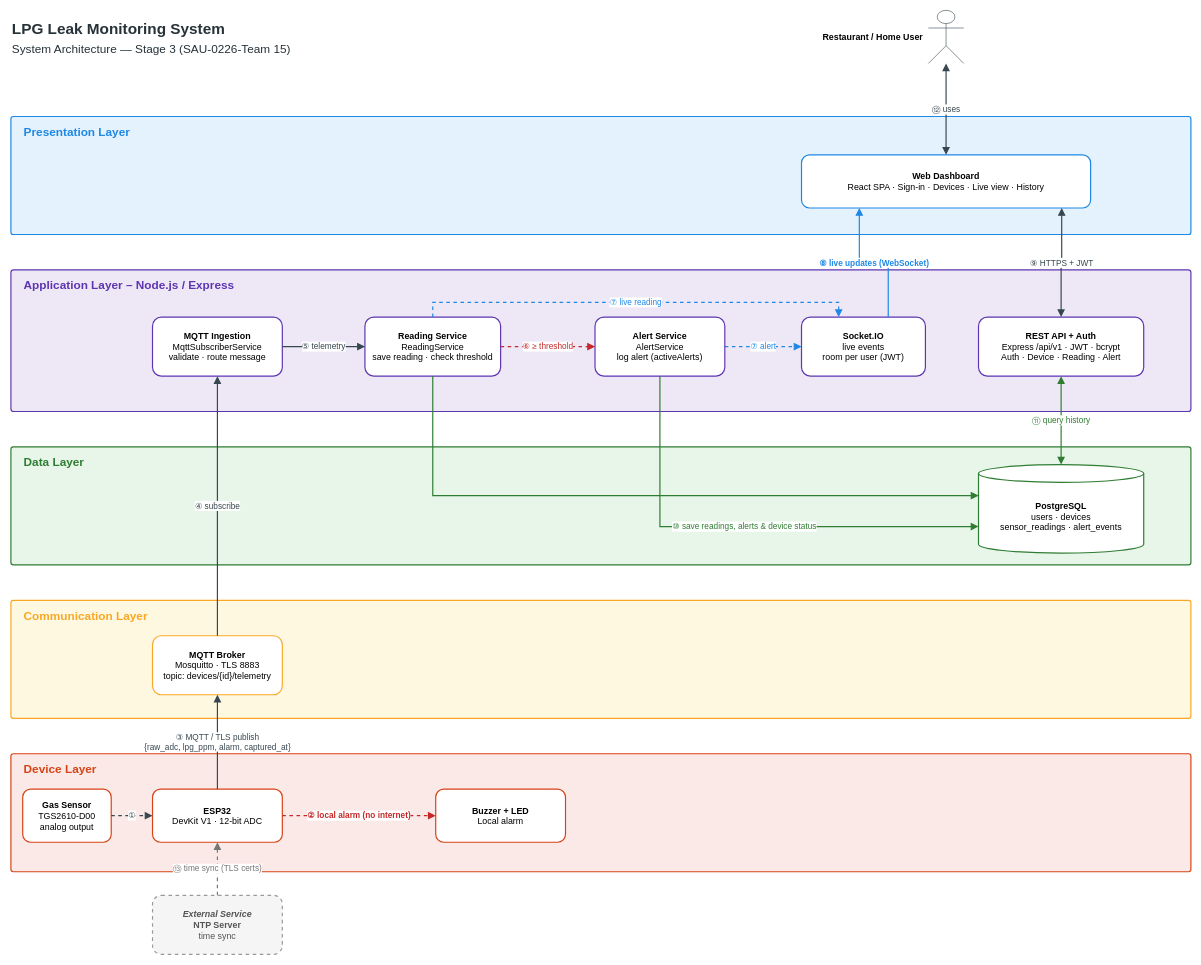
The draw.io diagram docs/diagrams/architecture.drawio in abdularhman2341/air-quality-monitoring-system, before the edit. Source tidied: cells renumbered, new cells numbered last; positions are measured from the earlier drawing's top-left corner, leaving out a move shared by most shapes. Both pictures are drawn from the tidied source at 59%, with x=0, y=0 at pixel (11, 10).
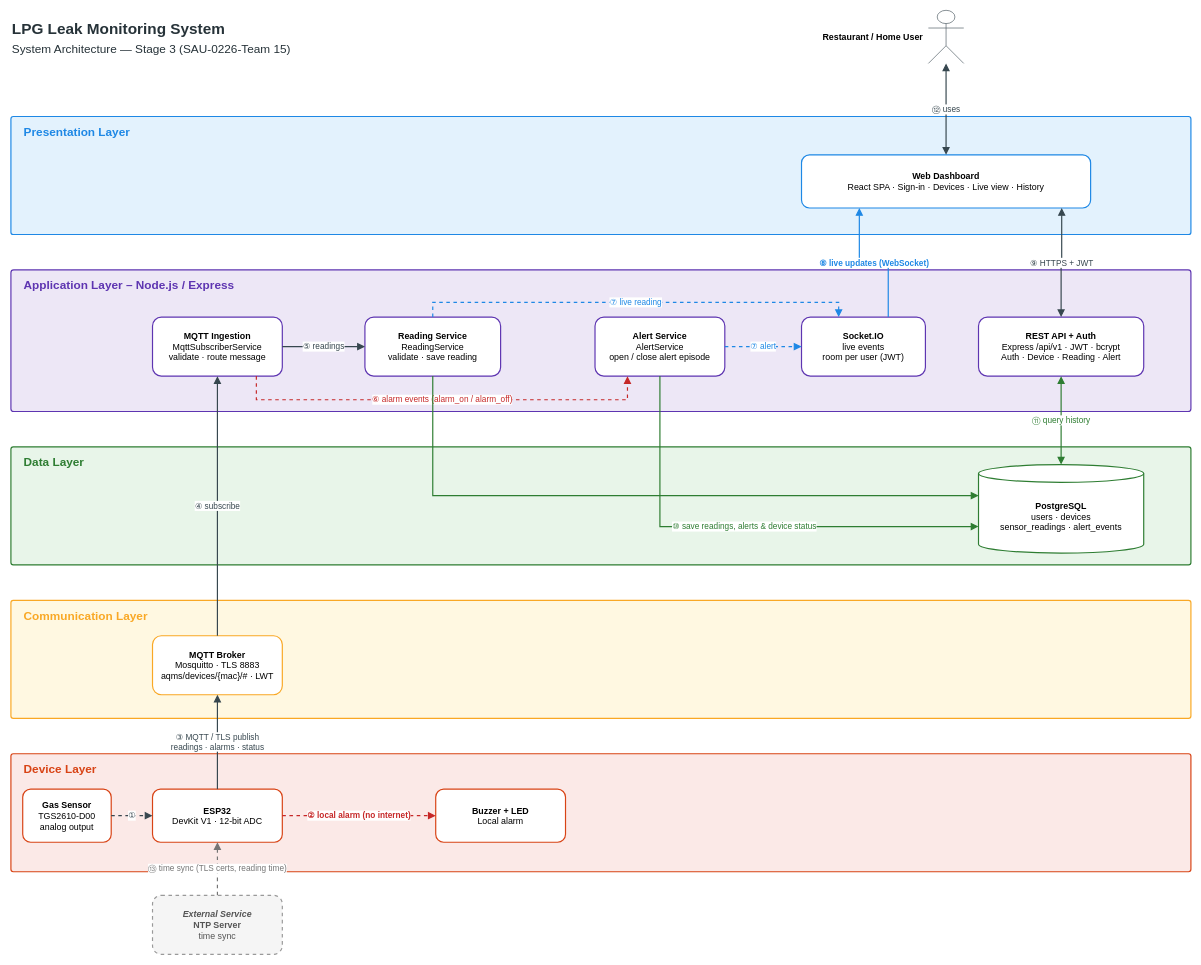
Above is the later version.

The change refers to these unchanged cells:
```xml
<mxCell id="16" value="&lt;b&gt;MQTT Ingestion&lt;/b&gt;&lt;br&gt;MqttSubscriberService&lt;br&gt;validate · route message" style="fontFamily=Helvetica;rounded=1;whiteSpace=wrap;html=1;fillColor=#FFFFFF;strokeColor=#5E35B1;strokeWidth=2;fontSize=15;" parent="1" vertex="1">
  <mxGeometry x="240" y="520" width="220" height="100" as="geometry" />
</mxCell>
<mxCell id="24" value="&lt;b&gt;ESP32&lt;/b&gt;&lt;br&gt;DevKit V1 · 12-bit ADC" style="fontFamily=Helvetica;rounded=1;whiteSpace=wrap;html=1;fillColor=#FFFFFF;strokeColor=#D84315;strokeWidth=2;fontSize=15;" parent="1" vertex="1">
  <mxGeometry x="240" y="1320" width="220" height="90" as="geometry" />
</mxCell>
<mxCell id="26" value="&lt;b&gt;&lt;i&gt;External Service&lt;/i&gt;&lt;br&gt;NTP Server&lt;/b&gt;&lt;br&gt;time sync" style="fontFamily=Helvetica;rounded=1;whiteSpace=wrap;html=1;fillColor=#FFFFFF;strokeColor=#D84315;strokeWidth=2;fontSize=15;dashed=1;fillColor=#F5F5F5;strokeColor=#999999;fontColor=#555555;" parent="1" vertex="1">
  <mxGeometry x="240" y="1500" width="220" height="100" as="geometry" />
</mxCell>
```

Change to the diagram source:
```diff
@@
-    <mxCell id="17" value="&lt;b&gt;Reading Service&lt;/b&gt;&lt;br&gt;ReadingService&lt;br&gt;save reading · check threshold" style="fontFamily=Helvetica;rounded=1;whiteSpace=wrap;html=1;fillColor=#FFFFFF;strokeColor=#5E35B1;strokeWidth=2;fontSize=15;" parent="1" vertex="1">
+    <mxCell id="17" value="&lt;b&gt;Reading Service&lt;/b&gt;&lt;br&gt;ReadingService&lt;br&gt;validate · save reading" style="fontFamily=Helvetica;rounded=1;whiteSpace=wrap;html=1;fillColor=#FFFFFF;strokeColor=#5E35B1;strokeWidth=2;fontSize=15;" parent="1" vertex="1">
       <mxGeometry x="600" y="520" width="230" height="100" as="geometry" />
     </mxCell>
-    <mxCell id="18" value="&lt;b&gt;Alert Service&lt;/b&gt;&lt;br&gt;AlertService&lt;br&gt;log alert (activeAlerts)" style="fontFamily=Helvetica;rounded=1;whiteSpace=wrap;html=1;fillColor=#FFFFFF;strokeColor=#5E35B1;strokeWidth=2;fontSize=15;" parent="1" vertex="1">
+    <mxCell id="18" value="&lt;b&gt;Alert Service&lt;/b&gt;&lt;br&gt;AlertService&lt;br&gt;open / close alert episode" style="fontFamily=Helvetica;rounded=1;whiteSpace=wrap;html=1;fillColor=#FFFFFF;strokeColor=#5E35B1;strokeWidth=2;fontSize=15;" parent="1" vertex="1">
       <mxGeometry x="990" y="520" width="220" height="100" as="geometry" />
     </mxCell>
@@
-    <mxCell id="22" value="&lt;b&gt;MQTT Broker&lt;/b&gt;&lt;br&gt;Mosquitto · TLS 8883&lt;br&gt;topic: devices/{id}/telemetry" style="fontFamily=Helvetica;rounded=1;whiteSpace=wrap;html=1;fillColor=#FFFFFF;strokeColor=#F9A825;strokeWidth=2;fontSize=15;" parent="1" vertex="1">
+    <mxCell id="22" value="&lt;b&gt;MQTT Broker&lt;/b&gt;&lt;br&gt;Mosquitto · TLS 8883&lt;br&gt;aqms/devices/{mac}/# · LWT" style="fontFamily=Helvetica;rounded=1;whiteSpace=wrap;html=1;fillColor=#FFFFFF;strokeColor=#F9A825;strokeWidth=2;fontSize=15;" parent="1" vertex="1">
       <mxGeometry x="240" y="1060" width="220" height="100" as="geometry" />
     </mxCell>
@@
-    <mxCell id="29" value="③ MQTT / TLS publish&#10;{raw_adc, lpg_ppm, alarm, captured_at}" style="fontFamily=Helvetica;edgeStyle=orthogonalEdgeStyle;rounded=0;html=1;strokeWidth=2;strokeColor=#37474F;fontColor=#37474F;fontSize=14;labelBackgroundColor=#FFFFFF;endArrow=block;endFill=1;endSize=8;" parent="1" edge="1" source="24" target="22">
+    <mxCell id="29" value="③ MQTT / TLS publish&#10;readings · alarms · status" style="fontFamily=Helvetica;edgeStyle=orthogonalEdgeStyle;rounded=0;html=1;strokeWidth=2;strokeColor=#37474F;fontColor=#37474F;fontSize=14;labelBackgroundColor=#FFFFFF;endArrow=block;endFill=1;endSize=8;" parent="1" edge="1" source="24" target="22">
       <mxGeometry relative="1" as="geometry" />
     </mxCell>
@@
-    <mxCell id="31" value="⑤ telemetry" style="fontFamily=Helvetica;edgeStyle=orthogonalEdgeStyle;rounded=0;html=1;strokeWidth=2;strokeColor=#37474F;fontColor=#37474F;fontSize=14;labelBackgroundColor=#FFFFFF;endArrow=block;endFill=1;endSize=8;" parent="1" edge="1" source="16" target="17">
+    <mxCell id="31" value="⑤ readings" style="fontFamily=Helvetica;edgeStyle=orthogonalEdgeStyle;rounded=0;html=1;strokeWidth=2;strokeColor=#37474F;fontColor=#37474F;fontSize=14;labelBackgroundColor=#FFFFFF;endArrow=block;endFill=1;endSize=8;" parent="1" edge="1" source="16" target="17">
       <mxGeometry relative="1" as="geometry" />
     </mxCell>
-    <mxCell id="32" value="⑥ ≥ threshold" style="fontFamily=Helvetica;edgeStyle=orthogonalEdgeStyle;rounded=0;html=1;strokeWidth=2;strokeColor=#C62828;fontColor=#C62828;fontSize=14;labelBackgroundColor=#FFFFFF;endArrow=block;endFill=1;endSize=8;dashed=1;" parent="1" edge="1" source="17" target="18">
-      <mxGeometry relative="1" as="geometry" />
+    <mxCell id="32" value="⑥ alarm events (alarm_on / alarm_off)" style="fontFamily=Helvetica;edgeStyle=orthogonalEdgeStyle;rounded=0;html=1;strokeWidth=2;strokeColor=#C62828;fontColor=#C62828;fontSize=14;labelBackgroundColor=#FFFFFF;endArrow=block;endFill=1;endSize=8;dashed=1;exitX=0.8;exitY=1;exitDx=0;exitDy=0;entryX=0.25;entryY=1;entryDx=0;entryDy=0;" parent="1" edge="1" source="16" target="18">
+      <mxGeometry relative="1" as="geometry">
+        <Array as="points">
+          <mxPoint x="416" y="660" />
+          <mxPoint x="1045" y="660" />
+        </Array>
+      </mxGeometry>
     </mxCell>
@@
-    <mxCell id="41" value="⑬ time sync (TLS certs)" style="fontFamily=Helvetica;edgeStyle=orthogonalEdgeStyle;rounded=0;html=1;strokeWidth=2;strokeColor=#757575;fontColor=#757575;fontSize=14;labelBackgroundColor=#FFFFFF;endArrow=block;endFill=1;endSize=8;dashed=1;" parent="1" edge="1" source="26" target="24">
+    <mxCell id="41" value="⑬ time sync (TLS certs, reading time)" style="fontFamily=Helvetica;edgeStyle=orthogonalEdgeStyle;rounded=0;html=1;strokeWidth=2;strokeColor=#757575;fontColor=#757575;fontSize=14;labelBackgroundColor=#FFFFFF;endArrow=block;endFill=1;endSize=8;dashed=1;" parent="1" edge="1" source="26" target="24">
       <mxGeometry relative="1" as="geometry" />
     </mxCell>
```
